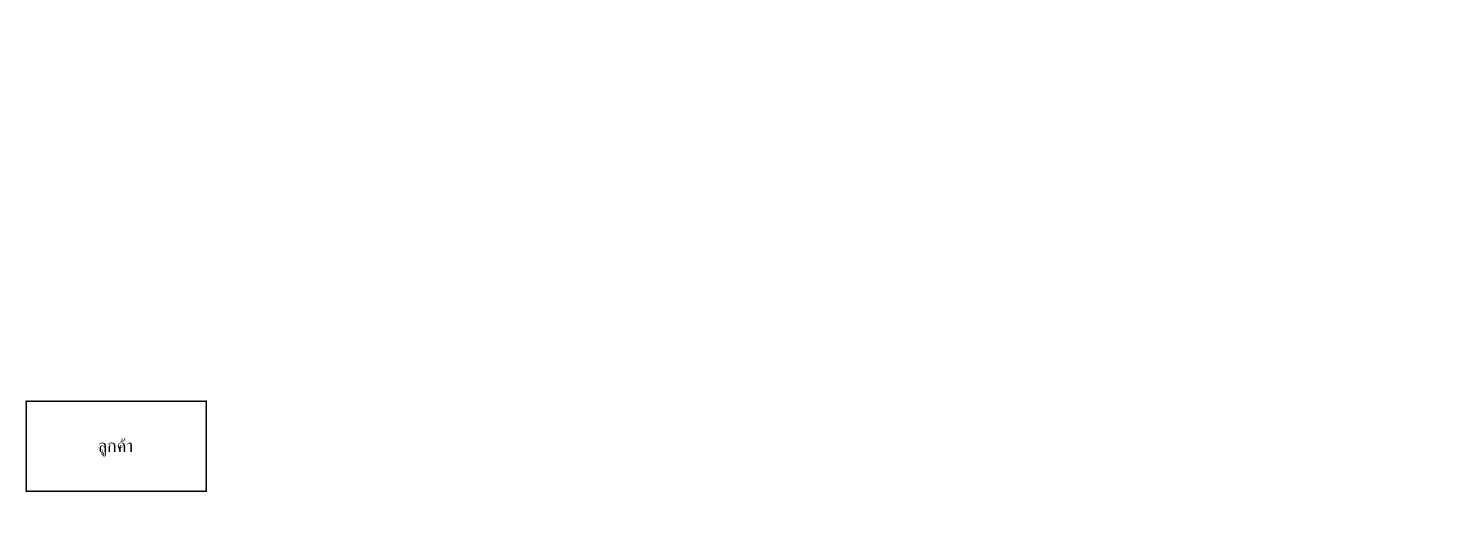
tonparin/SomkidDiagram keeps this draw.io diagram as DFD Lv1.drawio. Above is the earlier version. Source tidied: cells renumbered, new cells numbered last; positions are measured from the earlier drawing's top-left corner, leaving out a move shared by most shapes. Both pictures are drawn from the tidied source at 150%, with x=0, y=0 at pixel (26, 400).
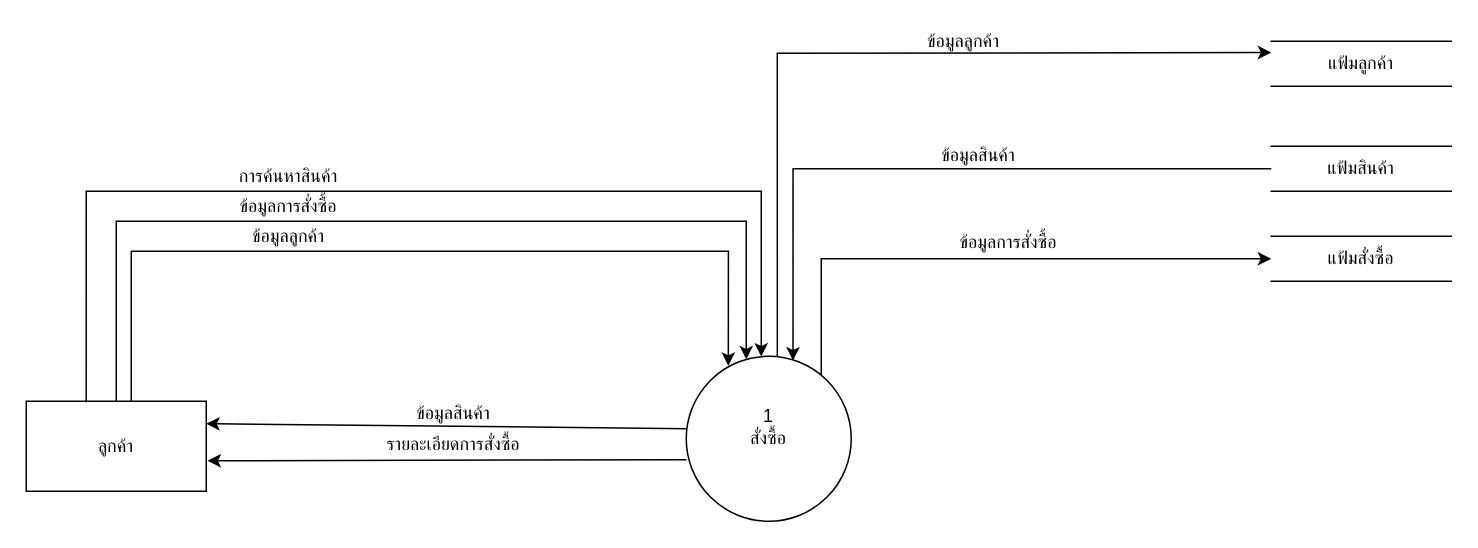
After the change.

Unchanged cells that the change refers to:
```xml
<mxCell id="2" value="ลูกค้า" style="rounded=0;whiteSpace=wrap;html=1;" parent="1" vertex="1">
  <mxGeometry width="120" height="60" as="geometry" />
</mxCell>
```

What changed in the source:
```diff
@@
+    <mxCell id="3" style="edgeStyle=orthogonalEdgeStyle;rounded=0;jettySize=auto;html=1;" parent="1" edge="1" source="2" target="9">
+      <mxGeometry relative="1" as="geometry">
+        <Array as="points">
+          <mxPoint x="60" y="-120" />
+          <mxPoint x="480" y="-120" />
+        </Array>
+      </mxGeometry>
+    </mxCell>
+    <mxCell id="4" style="edgeStyle=orthogonalEdgeStyle;rounded=0;jettySize=auto;html=1;entryX=0.255;entryY=0.058;entryDx=0;entryDy=0;entryPerimeter=0;" parent="1" edge="1" source="2" target="9">
+      <mxGeometry relative="1" as="geometry">
+        <Array as="points">
+          <mxPoint x="70" y="-100" />
+          <mxPoint x="468" y="-100" />
+        </Array>
+      </mxGeometry>
+    </mxCell>
@@
+    <mxCell id="5" style="edgeStyle=none;rounded=0;jettySize=auto;html=1;entryX=1;entryY=0.25;entryDx=0;entryDy=0;exitX=0.008;exitY=0.439;exitDx=0;exitDy=0;exitPerimeter=0;" parent="1" edge="1" source="9" target="2">
+      <mxGeometry relative="1" as="geometry" />
+    </mxCell>
+    <mxCell id="6" style="edgeStyle=none;rounded=0;jettySize=auto;html=1;entryX=1.007;entryY=0.661;entryDx=0;entryDy=0;exitX=0.001;exitY=0.627;exitDx=0;exitDy=0;exitPerimeter=0;entryPerimeter=0;" parent="1" edge="1" source="9" target="2">
+      <mxGeometry relative="1" as="geometry" />
+    </mxCell>
+    <mxCell id="7" style="edgeStyle=orthogonalEdgeStyle;rounded=0;jettySize=auto;html=1;entryX=0;entryY=0.25;entryDx=0;entryDy=0;exitX=0.552;exitY=0.005;exitDx=0;exitDy=0;exitPerimeter=0;" parent="1" edge="1" source="9" target="17">
+      <mxGeometry relative="1" as="geometry">
+        <Array as="points">
+          <mxPoint x="501" y="-232" />
+          <mxPoint x="501" y="-232" />
+        </Array>
+      </mxGeometry>
+    </mxCell>
+    <mxCell id="8" style="edgeStyle=orthogonalEdgeStyle;rounded=0;jettySize=auto;html=1;entryX=0;entryY=0.5;entryDx=0;entryDy=0;" parent="1" edge="1" source="9" target="20">
+      <mxGeometry relative="1" as="geometry">
+        <Array as="points">
+          <mxPoint x="530" y="-95" />
+        </Array>
+      </mxGeometry>
+    </mxCell>
+    <mxCell id="9" value="สั่งซื้อ" style="ellipse;whiteSpace=wrap;html=1;" parent="1" vertex="1">
+      <mxGeometry x="440" y="-30" width="110" height="110" as="geometry" />
+    </mxCell>
+    <mxCell id="10" value="1" style="text;html=1;strokeColor=none;fillColor=none;align=center;verticalAlign=middle;whiteSpace=wrap;rounded=0;" parent="1" vertex="1">
+      <mxGeometry x="475" width="40" height="20" as="geometry" />
+    </mxCell>
+    <mxCell id="11" style="edgeStyle=orthogonalEdgeStyle;rounded=0;jettySize=auto;html=1;exitX=0.333;exitY=0.012;exitDx=0;exitDy=0;exitPerimeter=0;" parent="1" edge="1" source="2" target="9">
+      <mxGeometry relative="1" as="geometry">
+        <Array as="points">
+          <mxPoint x="40" y="-140" />
+          <mxPoint x="490" y="-140" />
+        </Array>
+      </mxGeometry>
+    </mxCell>
+    <mxCell id="12" value="การค้นหาสินค้า" style="text;html=1;strokeColor=none;fillColor=none;align=center;verticalAlign=middle;whiteSpace=wrap;rounded=0;" parent="1" vertex="1">
+      <mxGeometry x="130" y="-160" width="90" height="20" as="geometry" />
+    </mxCell>
+    <mxCell id="13" value="ข้อมูลสินค้า" style="text;html=1;strokeColor=none;fillColor=none;align=center;verticalAlign=middle;whiteSpace=wrap;rounded=0;" parent="1" vertex="1">
+      <mxGeometry x="230" y="-2" width="110" height="20" as="geometry" />
+    </mxCell>
+    <mxCell id="14" value="ข้อมูลการสั่งซื้อ" style="text;html=1;strokeColor=none;fillColor=none;align=center;verticalAlign=middle;whiteSpace=wrap;rounded=0;" parent="1" vertex="1">
+      <mxGeometry x="130" y="-140" width="90" height="20" as="geometry" />
+    </mxCell>
+    <mxCell id="15" value="ข้อมูลลูกค้า" style="text;html=1;strokeColor=none;fillColor=none;align=center;verticalAlign=middle;whiteSpace=wrap;rounded=0;" parent="1" vertex="1">
+      <mxGeometry x="130" y="-120" width="90" height="20" as="geometry" />
+    </mxCell>
+    <mxCell id="16" value="รายละเอียดการสั่งซื้อ" style="text;html=1;strokeColor=none;fillColor=none;align=center;verticalAlign=middle;whiteSpace=wrap;rounded=0;" parent="1" vertex="1">
+      <mxGeometry x="230" y="19" width="110" height="20" as="geometry" />
+    </mxCell>
+    <mxCell id="17" value="แฟ้มลูกค้า" style="shape=partialRectangle;whiteSpace=wrap;html=1;left=0;right=0;fillColor=none;" parent="1" vertex="1">
+      <mxGeometry x="830" y="-240" width="120" height="30" as="geometry" />
+    </mxCell>
+    <mxCell id="18" style="edgeStyle=orthogonalEdgeStyle;rounded=0;jettySize=auto;html=1;entryX=0.647;entryY=0.026;entryDx=0;entryDy=0;entryPerimeter=0;" parent="1" edge="1" source="19" target="9">
+      <mxGeometry relative="1" as="geometry" />
+    </mxCell>
+    <mxCell id="19" value="แฟ้มสินค้า" style="shape=partialRectangle;whiteSpace=wrap;html=1;left=0;right=0;fillColor=none;" parent="1" vertex="1">
+      <mxGeometry x="830" y="-170" width="120" height="30" as="geometry" />
+    </mxCell>
+    <mxCell id="20" value="แฟ้มสั่งซื้อ" style="shape=partialRectangle;whiteSpace=wrap;html=1;left=0;right=0;fillColor=none;" parent="1" vertex="1">
+      <mxGeometry x="830" y="-110" width="120" height="30" as="geometry" />
+    </mxCell>
+    <mxCell id="21" value="ข้อมูลลูกค้า" style="text;html=1;strokeColor=none;fillColor=none;align=center;verticalAlign=middle;whiteSpace=wrap;rounded=0;" parent="1" vertex="1">
+      <mxGeometry x="580" y="-250" width="90" height="20" as="geometry" />
+    </mxCell>
+    <mxCell id="22" value="ข้อมูลสินค้า" style="text;html=1;strokeColor=none;fillColor=none;align=center;verticalAlign=middle;whiteSpace=wrap;rounded=0;" parent="1" vertex="1">
+      <mxGeometry x="580" y="-174" width="110" height="20" as="geometry" />
+    </mxCell>
+    <mxCell id="23" value="ข้อมูลการสั่งซื้อ" style="text;html=1;strokeColor=none;fillColor=none;align=center;verticalAlign=middle;whiteSpace=wrap;rounded=0;" parent="1" vertex="1">
+      <mxGeometry x="600" y="-116" width="110" height="20" as="geometry" />
+    </mxCell>
```
